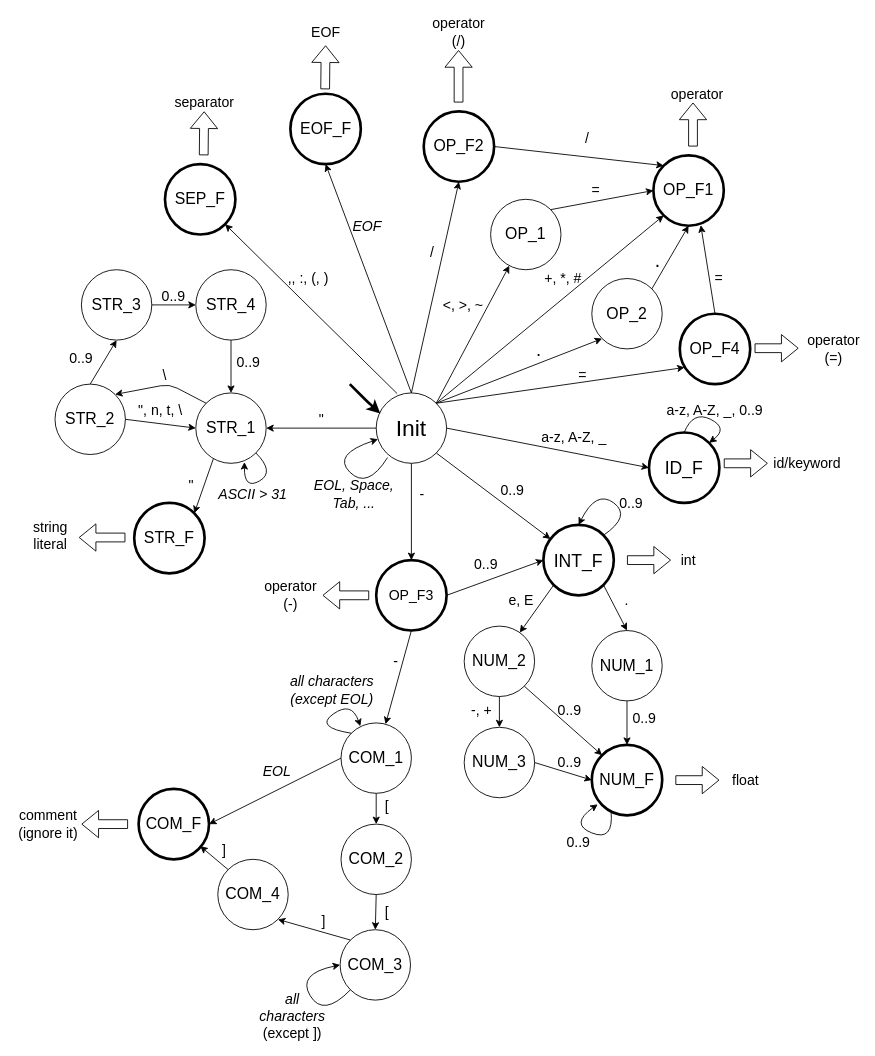
Before: fsm.drawio in vojone/IFJ21, a draw.io diagram. Source tidied: cells renumbered, new cells numbered last; positions are measured from the earlier drawing's top-left corner, leaving out a move shared by most shapes. Both pictures are drawn from the tidied source at 88%, with x=0, y=0 at pixel (15, 23).
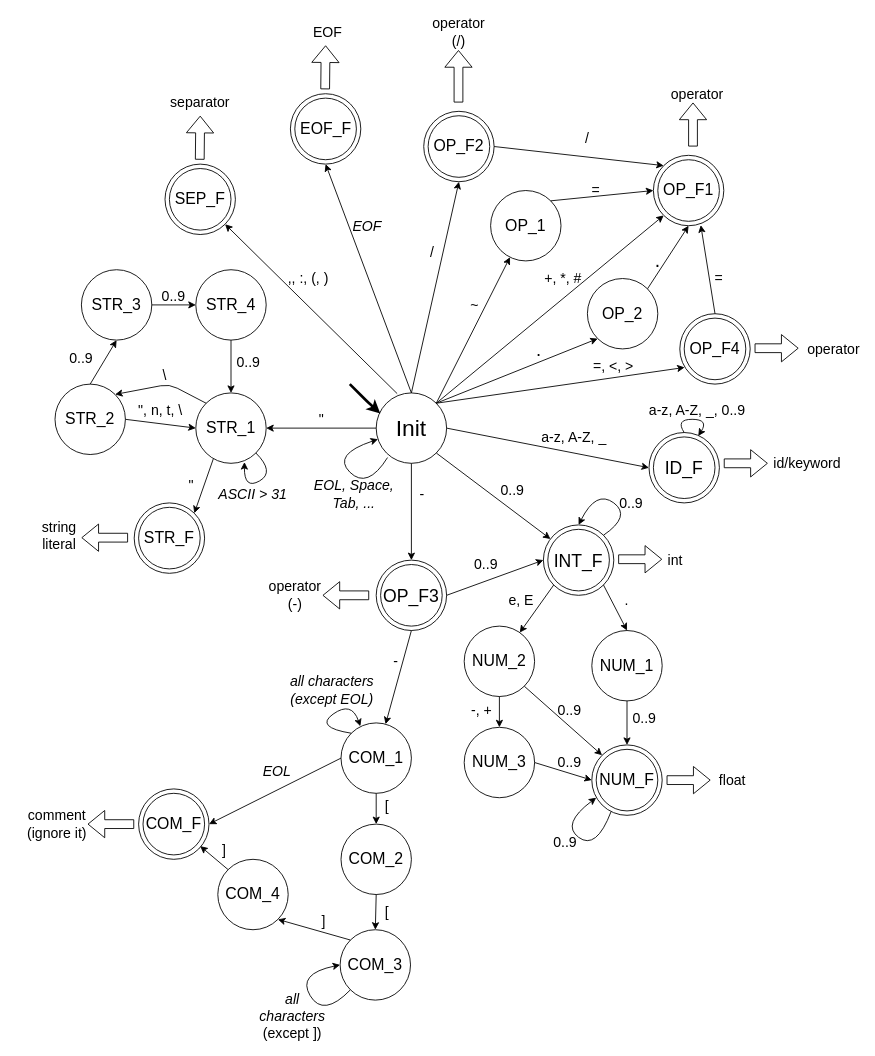
The same page after the edit.

Diff of the diagram source:
```diff
@@
-    <mxCell id="5" value="ID_F" style="ellipse;whiteSpace=wrap;html=1;fontSize=20;strokeWidth=3;" parent="1" vertex="1">
+    <mxCell id="5" value="ID_F" style="ellipse;whiteSpace=wrap;html=1;fontSize=20;strokeWidth=1;" parent="1" vertex="1">
       <mxGeometry x="720" y="465" width="80" height="80" as="geometry" />
     </mxCell>
-    <mxCell id="6" style="curved=1;endArrow=classic;html=1;fontSize=26;exitX=0.5;exitY=0;exitDx=0;exitDy=0;entryX=1;entryY=0;entryDx=0;entryDy=0;" parent="1" edge="1" source="5" target="5">
+    <mxCell id="6" style="curved=1;endArrow=classic;html=1;fontSize=26;exitX=0.5;exitY=0;exitDx=0;exitDy=0;entryX=0.7;entryY=0.05;entryDx=0;entryDy=0;entryPerimeter=0;" parent="1" edge="1" source="5" target="5">
       <mxGeometry relative="1" as="geometry">
         <Array as="points">
-          <mxPoint x="770" y="440" />
-          <mxPoint x="810" y="460" />
+          <mxPoint x="750" y="450" />
+          <mxPoint x="788" y="450" />
         </Array>
       </mxGeometry>
     </mxCell>
     <mxCell id="7" value="a-z, A-Z, _, 0..9" style="text;html=1;strokeColor=none;fillColor=none;align=center;verticalAlign=middle;whiteSpace=wrap;rounded=0;fontSize=16;" parent="1" vertex="1">
-      <mxGeometry x="735" y="430" width="120" height="20" as="geometry" />
+      <mxGeometry x="715" y="430" width="120" height="20" as="geometry" />
     </mxCell>
-    <mxCell id="8" value="INT_F" style="ellipse;whiteSpace=wrap;html=1;fontSize=20;strokeWidth=3;" parent="1" vertex="1">
+    <mxCell id="8" value="INT_F" style="ellipse;whiteSpace=wrap;html=1;fontSize=20;strokeWidth=1;" parent="1" vertex="1">
       <mxGeometry x="600" y="570" width="80" height="80" as="geometry" />
     </mxCell>
@@
-    <mxCell id="19" value="NUM_F" style="ellipse;whiteSpace=wrap;html=1;fontSize=18;strokeWidth=3;" parent="1" vertex="1">
+    <mxCell id="19" value="NUM_F" style="ellipse;whiteSpace=wrap;html=1;fontSize=18;strokeWidth=1;" parent="1" vertex="1">
       <mxGeometry x="655" y="820" width="80" height="80" as="geometry" />
     </mxCell>
@@
-    <mxCell id="26" style="curved=1;endArrow=classic;html=1;fontSize=16;exitX=0.274;exitY=0.947;exitDx=0;exitDy=0;entryX=0.084;entryY=0.844;entryDx=0;entryDy=0;entryPerimeter=0;exitPerimeter=0;" parent="1" edge="1" source="19" target="19">
+    <mxCell id="26" style="curved=1;endArrow=classic;html=1;fontSize=16;exitX=0.274;exitY=0.947;exitDx=0;exitDy=0;entryX=0.063;entryY=0.75;entryDx=0;entryDy=0;entryPerimeter=0;exitPerimeter=0;" parent="1" edge="1" source="19" target="19">
       <mxGeometry relative="1" as="geometry">
         <Array as="points">
-          <mxPoint x="680" y="930" />
-          <mxPoint x="630" y="910" />
+          <mxPoint x="660" y="940" />
+          <mxPoint x="620" y="910" />
         </Array>
       </mxGeometry>
     </mxCell>
     <mxCell id="27" value="0..9" style="text;html=1;strokeColor=none;fillColor=none;align=center;verticalAlign=middle;whiteSpace=wrap;rounded=0;fontSize=16;" parent="1" vertex="1">
-      <mxGeometry x="620" y="920" width="40" height="20" as="geometry" />
+      <mxGeometry x="605" y="920" width="40" height="20" as="geometry" />
     </mxCell>
@@
-    <mxCell id="32" value="STR_F" style="ellipse;whiteSpace=wrap;html=1;fontSize=18;strokeWidth=3;" parent="1" vertex="1">
+    <mxCell id="32" value="STR_F" style="ellipse;whiteSpace=wrap;html=1;fontSize=18;strokeWidth=1;" parent="1" vertex="1">
       <mxGeometry x="135" y="545" width="80" height="80" as="geometry" />
     </mxCell>
@@
-    <mxCell id="53" value="OP_F3" style="ellipse;whiteSpace=wrap;html=1;fontSize=16;strokeWidth=3;" parent="1" vertex="1">
+    <mxCell id="53" value="OP_F3" style="ellipse;whiteSpace=wrap;html=1;fontSize=20;strokeWidth=1;fontStyle=0;" parent="1" vertex="1">
       <mxGeometry x="410" y="610" width="80" height="80" as="geometry" />
     </mxCell>
@@
-    <mxCell id="67" value="COM_F" style="ellipse;whiteSpace=wrap;html=1;fontSize=18;strokeWidth=3;" parent="1" vertex="1">
+    <mxCell id="67" value="COM_F" style="ellipse;whiteSpace=wrap;html=1;fontSize=18;strokeWidth=1;" parent="1" vertex="1">
       <mxGeometry x="140" y="870" width="80" height="80" as="geometry" />
     </mxCell>
@@
-    <mxCell id="80" value="OP_F1" style="ellipse;whiteSpace=wrap;html=1;fontSize=18;strokeWidth=3;" parent="1" vertex="1">
+    <mxCell id="80" value="OP_F1" style="ellipse;whiteSpace=wrap;html=1;fontSize=18;strokeWidth=1;" parent="1" vertex="1">
       <mxGeometry x="725" y="150" width="80" height="80" as="geometry" />
     </mxCell>
-    <mxCell id="81" value="SEP_F" style="ellipse;whiteSpace=wrap;html=1;fontSize=18;strokeWidth=3;" parent="1" vertex="1">
+    <mxCell id="81" value="SEP_F" style="ellipse;whiteSpace=wrap;html=1;fontSize=18;strokeWidth=1;" parent="1" vertex="1">
       <mxGeometry x="170" y="160" width="80" height="80" as="geometry" />
     </mxCell>
@@
     <mxCell id="86" style="shape=flexArrow;endArrow=classic;html=1;fontSize=16;strokeWidth=1;" parent="1" edge="1">
       <mxGeometry relative="1" as="geometry">
-        <mxPoint x="750" y="860" as="sourcePoint" />
-        <mxPoint x="800" y="860" as="targetPoint" />
+        <mxPoint x="740" y="860" as="sourcePoint" />
+        <mxPoint x="790" y="860" as="targetPoint" />
       </mxGeometry>
     </mxCell>
     <mxCell id="87" style="shape=flexArrow;endArrow=classic;html=1;fontSize=16;strokeWidth=1;" parent="1" edge="1">
       <mxGeometry relative="1" as="geometry">
-        <mxPoint x="695" y="610" as="sourcePoint" />
-        <mxPoint x="745" y="610" as="targetPoint" />
+        <mxPoint x="685" y="609" as="sourcePoint" />
+        <mxPoint x="735" y="609" as="targetPoint" />
       </mxGeometry>
     </mxCell>
@@
     <mxCell id="90" style="shape=flexArrow;endArrow=classic;html=1;fontSize=16;strokeWidth=1;" parent="1" edge="1">
       <mxGeometry relative="1" as="geometry">
-        <mxPoint x="214" y="150" as="sourcePoint" />
-        <mxPoint x="214.5" y="100" as="targetPoint" />
+        <mxPoint x="209.5" y="155" as="sourcePoint" />
+        <mxPoint x="210" y="105" as="targetPoint" />
       </mxGeometry>
     </mxCell>
     <mxCell id="91" style="shape=flexArrow;endArrow=classic;html=1;fontSize=16;strokeWidth=1;" parent="1" edge="1">
       <mxGeometry relative="1" as="geometry">
-        <mxPoint x="128" y="910" as="sourcePoint" />
-        <mxPoint x="75" y="910" as="targetPoint" />
+        <mxPoint x="135" y="910" as="sourcePoint" />
+        <mxPoint x="82" y="910" as="targetPoint" />
       </mxGeometry>
     </mxCell>
     <mxCell id="92" style="shape=flexArrow;endArrow=classic;html=1;fontSize=16;strokeWidth=1;" parent="1" edge="1">
       <mxGeometry relative="1" as="geometry">
-        <mxPoint x="125" y="584.3" as="sourcePoint" />
-        <mxPoint x="72" y="584.3" as="targetPoint" />
+        <mxPoint x="128" y="584.5" as="sourcePoint" />
+        <mxPoint x="75" y="584.5" as="targetPoint" />
       </mxGeometry>
     </mxCell>
     <mxCell id="93" value="float" style="text;html=1;strokeColor=none;fillColor=none;align=center;verticalAlign=middle;whiteSpace=wrap;rounded=0;fontSize=16;" parent="1" vertex="1">
-      <mxGeometry x="810" y="850" width="40" height="20" as="geometry" />
+      <mxGeometry x="795" y="850" width="40" height="20" as="geometry" />
     </mxCell>
     <mxCell id="94" value="int" style="text;html=1;strokeColor=none;fillColor=none;align=center;verticalAlign=middle;whiteSpace=wrap;rounded=0;fontSize=16;" parent="1" vertex="1">
-      <mxGeometry x="745" y="600" width="40" height="20" as="geometry" />
+      <mxGeometry x="730" y="600" width="40" height="20" as="geometry" />
     </mxCell>
@@
     <mxCell id="97" value="separator" style="text;html=1;strokeColor=none;fillColor=none;align=center;verticalAlign=middle;whiteSpace=wrap;rounded=0;fontSize=16;" parent="1" vertex="1">
-      <mxGeometry x="195" y="80" width="40" height="20" as="geometry" />
+      <mxGeometry x="190" y="80" width="40" height="20" as="geometry" />
     </mxCell>
     <mxCell id="98" value="&lt;div&gt;&lt;br&gt;&lt;/div&gt;&lt;div&gt;string literal&lt;br&gt;&lt;/div&gt;" style="text;html=1;strokeColor=none;fillColor=none;align=center;verticalAlign=middle;whiteSpace=wrap;rounded=0;fontSize=16;" parent="1" vertex="1">
-      <mxGeometry x="20" y="562.5" width="40" height="20" as="geometry" />
+      <mxGeometry x="30" y="562.5" width="40" height="20" as="geometry" />
     </mxCell>
     <mxCell id="99" value="&lt;div&gt;comment&lt;/div&gt;&lt;div&gt;(ignore it)&lt;br&gt;&lt;/div&gt;" style="text;html=1;strokeColor=none;fillColor=none;align=center;verticalAlign=middle;whiteSpace=wrap;rounded=0;fontSize=16;" parent="1" vertex="1">
-      <mxGeometry y="900" width="75" height="20" as="geometry" />
+      <mxGeometry x="10" y="900" width="75" height="20" as="geometry" />
     </mxCell>
@@
     <mxCell id="103" value="OP_2" style="ellipse;whiteSpace=wrap;html=1;fontSize=18;" parent="1" vertex="1">
-      <mxGeometry x="655" y="290" width="80" height="80" as="geometry" />
+      <mxGeometry x="650" y="290" width="80" height="80" as="geometry" />
     </mxCell>
@@
     <mxCell id="107" value="OP_1" style="ellipse;whiteSpace=wrap;html=1;fontSize=18;" parent="1" vertex="1">
-      <mxGeometry x="540" y="200" width="80" height="80" as="geometry" />
+      <mxGeometry x="540" y="190" width="80" height="80" as="geometry" />
     </mxCell>
@@
-    <mxCell id="109" value="&amp;lt;, &amp;gt;, ~" style="text;html=1;strokeColor=none;fillColor=none;align=center;verticalAlign=middle;whiteSpace=wrap;rounded=0;fontSize=16;" parent="1" vertex="1">
-      <mxGeometry x="484" y="310" width="50" height="20" as="geometry" />
+    <mxCell id="109" value="~" style="text;html=1;strokeColor=none;fillColor=none;align=center;verticalAlign=middle;whiteSpace=wrap;rounded=0;fontSize=16;" parent="1" vertex="1">
+      <mxGeometry x="515" y="310" width="14" height="20" as="geometry" />
     </mxCell>
@@
-    <mxCell id="111" value="OP_F2" style="ellipse;whiteSpace=wrap;html=1;fontSize=18;strokeWidth=3;" parent="1" vertex="1">
+    <mxCell id="111" value="OP_F2" style="ellipse;whiteSpace=wrap;html=1;fontSize=18;strokeWidth=1;" parent="1" vertex="1">
       <mxGeometry x="464" y="100" width="80" height="80" as="geometry" />
     </mxCell>
@@
     <mxCell id="114" style="shape=flexArrow;endArrow=classic;html=1;fontSize=16;strokeWidth=1;" parent="1" edge="1">
       <mxGeometry relative="1" as="geometry">
-        <mxPoint x="503.6" y="90" as="sourcePoint" />
-        <mxPoint x="503.6" y="30.4" as="targetPoint" />
+        <mxPoint x="503.5" y="90" as="sourcePoint" />
+        <mxPoint x="503.5" y="30.4" as="targetPoint" />
       </mxGeometry>
     </mxCell>
@@
-    <mxCell id="118" value="EOF_F" style="ellipse;whiteSpace=wrap;html=1;fontSize=18;strokeWidth=3;" parent="1" vertex="1">
+    <mxCell id="118" value="EOF_F" style="ellipse;whiteSpace=wrap;html=1;fontSize=18;strokeWidth=1;" parent="1" vertex="1">
       <mxGeometry x="312.5" y="80" width="80" height="80" as="geometry" />
     </mxCell>
@@
     <mxCell id="120" value="EOF" style="text;html=1;strokeColor=none;fillColor=none;align=center;verticalAlign=middle;whiteSpace=wrap;rounded=0;fontSize=16;" parent="1" vertex="1">
-      <mxGeometry x="332.5" width="40" height="20" as="geometry" />
+      <mxGeometry x="335" width="40" height="20" as="geometry" />
     </mxCell>
@@
     <mxCell id="122" value="&lt;div&gt;operator&lt;/div&gt;&lt;div&gt;(-)&lt;br&gt;&lt;/div&gt;" style="text;html=1;strokeColor=none;fillColor=none;align=center;verticalAlign=middle;whiteSpace=wrap;rounded=0;fontSize=16;" parent="1" vertex="1">
-      <mxGeometry x="292.5" y="640" width="40" height="20" as="geometry" />
+      <mxGeometry x="297.5" y="640" width="40" height="20" as="geometry" />
     </mxCell>
-    <mxCell id="123" value="&amp;nbsp;=" style="text;html=1;strokeColor=none;fillColor=none;align=center;verticalAlign=middle;whiteSpace=wrap;rounded=0;fontSize=16;" parent="1" vertex="1">
-      <mxGeometry x="635" y="390" width="15" height="20" as="geometry" />
+    <mxCell id="123" value="&amp;nbsp;=, &amp;lt;, &amp;gt;" style="text;html=1;strokeColor=none;fillColor=none;align=center;verticalAlign=middle;whiteSpace=wrap;rounded=0;fontSize=16;" parent="1" vertex="1">
+      <mxGeometry x="650" y="380" width="55" height="20" as="geometry" />
     </mxCell>
@@
-    <mxCell id="126" value="OP_F4" style="ellipse;whiteSpace=wrap;html=1;fontSize=18;strokeWidth=3;" parent="1" vertex="1">
+    <mxCell id="126" value="OP_F4" style="ellipse;whiteSpace=wrap;html=1;fontSize=18;strokeWidth=1;" parent="1" vertex="1">
       <mxGeometry x="755" y="330" width="80" height="80" as="geometry" />
     </mxCell>
@@
-    <mxCell id="132" value="&lt;div&gt;operator&lt;/div&gt;(=)" style="text;html=1;strokeColor=none;fillColor=none;align=center;verticalAlign=middle;whiteSpace=wrap;rounded=0;fontSize=16;" parent="1" vertex="1">
+    <mxCell id="132" value="&lt;div&gt;operator&lt;/div&gt;" style="text;html=1;strokeColor=none;fillColor=none;align=center;verticalAlign=middle;whiteSpace=wrap;rounded=0;fontSize=16;" parent="1" vertex="1">
       <mxGeometry x="910" y="360" width="40" height="20" as="geometry" />
     </mxCell>
+    <mxCell id="133" style="ellipse;whiteSpace=wrap;html=1;fontSize=18;strokeWidth=1;fillColor=none;perimeterSpacing=0;" parent="1" vertex="1">
+      <mxGeometry x="175" y="165" width="70" height="70" as="geometry" />
+    </mxCell>
+    <mxCell id="134" style="ellipse;whiteSpace=wrap;html=1;fontSize=18;strokeWidth=1;fillColor=none;perimeterSpacing=0;" parent="1" vertex="1">
+      <mxGeometry x="317.5" y="85" width="70" height="70" as="geometry" />
+    </mxCell>
+    <mxCell id="135" style="ellipse;whiteSpace=wrap;html=1;fontSize=18;strokeWidth=1;fillColor=none;perimeterSpacing=0;" parent="1" vertex="1">
+      <mxGeometry x="469" y="105" width="70" height="70" as="geometry" />
+    </mxCell>
+    <mxCell id="136" style="ellipse;whiteSpace=wrap;html=1;fontSize=18;strokeWidth=1;fillColor=none;perimeterSpacing=0;" parent="1" vertex="1">
+      <mxGeometry x="730" y="155" width="70" height="70" as="geometry" />
+    </mxCell>
+    <mxCell id="137" style="ellipse;whiteSpace=wrap;html=1;fontSize=18;strokeWidth=1;fillColor=none;perimeterSpacing=0;" parent="1" vertex="1">
+      <mxGeometry x="760" y="335" width="70" height="70" as="geometry" />
+    </mxCell>
+    <mxCell id="138" style="ellipse;whiteSpace=wrap;html=1;fontSize=18;strokeWidth=1;fillColor=none;perimeterSpacing=0;" parent="1" vertex="1">
+      <mxGeometry x="725" y="470" width="70" height="70" as="geometry" />
+    </mxCell>
+    <mxCell id="139" style="ellipse;whiteSpace=wrap;html=1;fontSize=18;strokeWidth=1;fillColor=none;perimeterSpacing=0;" parent="1" vertex="1">
+      <mxGeometry x="605" y="575" width="70" height="70" as="geometry" />
+    </mxCell>
+    <mxCell id="140" style="ellipse;whiteSpace=wrap;html=1;fontSize=18;strokeWidth=1;fillColor=none;perimeterSpacing=0;" parent="1" vertex="1">
+      <mxGeometry x="660" y="825" width="70" height="70" as="geometry" />
+    </mxCell>
+    <mxCell id="141" style="ellipse;whiteSpace=wrap;html=1;fontSize=18;strokeWidth=1;fillColor=none;perimeterSpacing=0;" parent="1" vertex="1">
+      <mxGeometry x="415" y="615" width="70" height="70" as="geometry" />
+    </mxCell>
+    <mxCell id="142" style="ellipse;whiteSpace=wrap;html=1;fontSize=18;strokeWidth=1;fillColor=none;perimeterSpacing=0;" parent="1" vertex="1">
+      <mxGeometry x="140" y="550" width="70" height="70" as="geometry" />
+    </mxCell>
+    <mxCell id="143" style="ellipse;whiteSpace=wrap;html=1;fontSize=18;strokeWidth=1;fillColor=none;perimeterSpacing=0;" parent="1" vertex="1">
+      <mxGeometry x="145" y="875" width="70" height="70" as="geometry" />
+    </mxCell>
```
